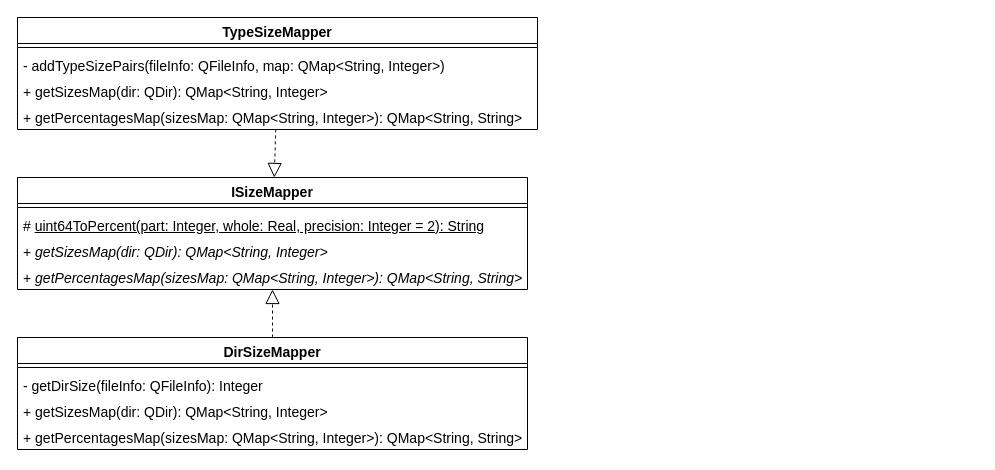
The draw.io diagram DirectorySizeFunction.drawio in Grox42/DirectorySizeFunction, before the edit. Source tidied: cells renumbered, new cells numbered last; positions are measured from the earlier drawing's top-left corner, leaving out a move shared by most shapes. Both pictures are drawn from the tidied source at 100%, with x=0, y=0 at pixel (17, 17).
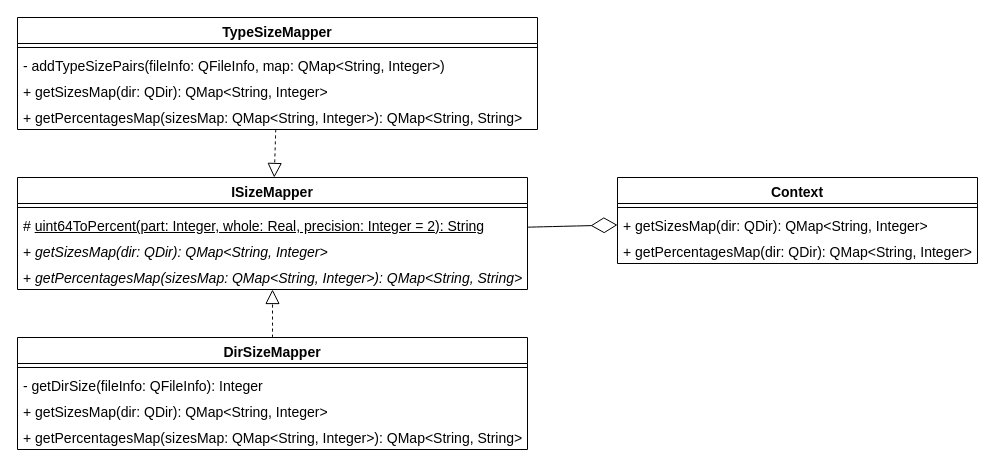
After the change.

Unchanged cells that the change refers to:
```xml
<mxCell id="2" value="&lt;font style=&quot;font-size: 14px;&quot;&gt;ISizeMapper&lt;/font&gt;" style="swimlane;fontStyle=1;align=center;verticalAlign=top;horizontal=1;startSize=26;whiteSpace=wrap;html=1;" parent="1" vertex="1">
  <mxGeometry y="160" width="510" height="112" as="geometry" />
</mxCell>
```

What changed in the source:
```diff
@@
+    <mxCell id="19" value="&lt;font style=&quot;font-size: 14px;&quot;&gt;Context&lt;/font&gt;" style="swimlane;fontStyle=1;align=center;verticalAlign=top;horizontal=1;startSize=26;whiteSpace=wrap;html=1;" parent="1" vertex="1">
+      <mxGeometry x="600" y="160" width="360" height="86" as="geometry" />
+    </mxCell>
+    <mxCell id="20" style="line;strokeWidth=1;fillColor=none;align=left;verticalAlign=middle;spacingTop=-1;spacingLeft=3;spacingRight=3;labelPosition=right;strokeColor=inherit;" parent="19" vertex="1">
+      <mxGeometry y="26" width="360" height="8" as="geometry" />
+    </mxCell>
+    <mxCell id="21" value="&lt;font style=&quot;font-size: 14px;&quot;&gt;+ getSizesMap(dir: QDir):&amp;nbsp;&lt;/font&gt;&lt;span style=&quot;font-size: 14px;&quot;&gt;QMap&amp;lt;String, Integer&amp;gt;&lt;/span&gt;" style="text;strokeColor=none;fillColor=none;align=left;verticalAlign=top;spacingLeft=4;spacingRight=4;overflow=hidden;whiteSpace=wrap;html=1;" parent="19" vertex="1">
+      <mxGeometry y="34" width="360" height="26" as="geometry" />
+    </mxCell>
+    <mxCell id="22" value="&lt;font style=&quot;font-size: 14px;&quot;&gt;+ getPercentagesMap(dir: QDir):&amp;nbsp;&lt;/font&gt;&lt;span style=&quot;font-size: 14px;&quot;&gt;QMap&amp;lt;String, Integer&amp;gt;&lt;/span&gt;" style="text;strokeColor=none;fillColor=none;align=left;verticalAlign=top;spacingLeft=4;spacingRight=4;overflow=hidden;whiteSpace=wrap;html=1;" parent="19" vertex="1">
+      <mxGeometry y="60" width="360" height="26" as="geometry" />
+    </mxCell>
+    <mxCell id="23" style="endArrow=diamondThin;endFill=0;endSize=24;html=1;rounded=0;fontSize=12;curved=1;" parent="1" edge="1" source="2" target="19">
+      <mxGeometry relative="1" as="geometry" />
+    </mxCell>
```
